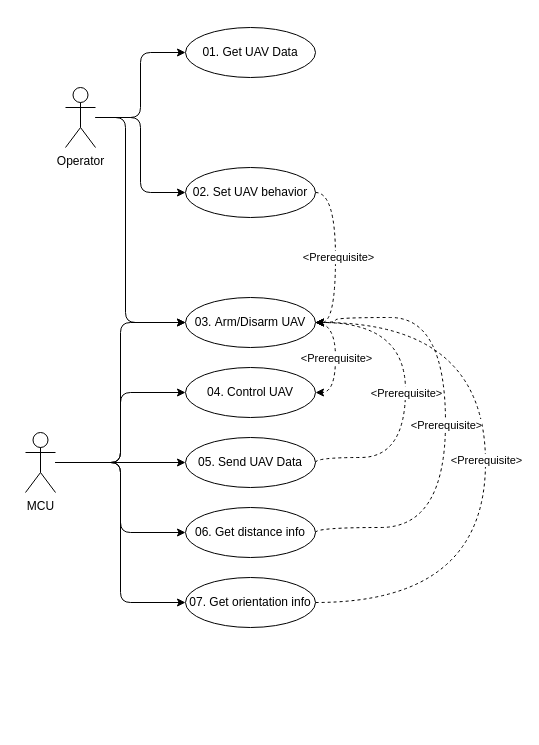
Earlier version of the draw.io diagram umlDiagram/CU1.drawio (JoanICG/Collision_avoidance_module_for_UAV). Source tidied: cells renumbered, new cells numbered last; positions are measured from the earlier drawing's top-left corner, leaving out a move shared by most shapes. Both pictures are drawn from the tidied source at 100%, with x=0, y=0 at pixel (25, 27).
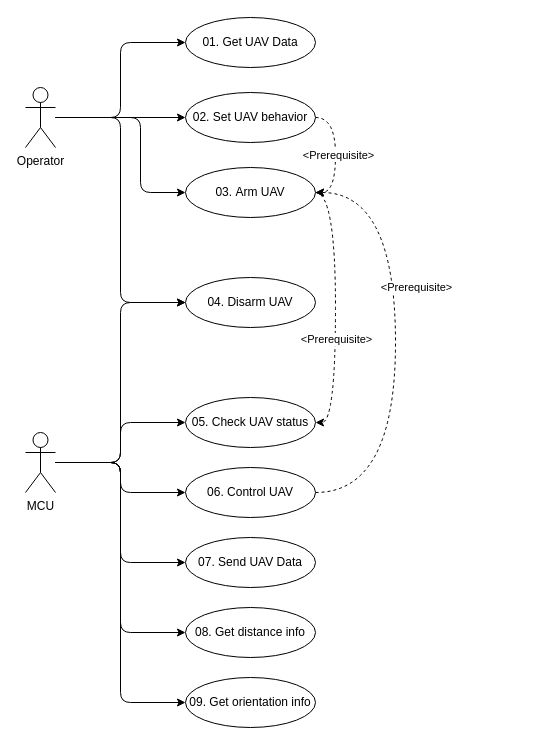
Above is the later version.

The change refers to these unchanged cells:
```xml
<mxCell id="11" value="MCU" style="shape=umlActor;verticalLabelPosition=bottom;verticalAlign=top;html=1;outlineConnect=0;" parent="1" vertex="1">
  <mxGeometry y="405" width="30" height="60" as="geometry" />
</mxCell>
```

Change to the diagram source:
```diff
@@
     <mxCell id="4" style="edgeStyle=orthogonalEdgeStyle;rounded=1;jettySize=auto;html=1;entryX=0;entryY=0.5;entryDx=0;entryDy=0;curved=0;" parent="1" edge="1" source="5" target="14">
       <mxGeometry relative="1" as="geometry">
         <Array as="points">
-          <mxPoint x="100" y="90" />
-          <mxPoint x="100" y="295" />
+          <mxPoint x="115" y="90" />
+          <mxPoint x="115" y="165" />
         </Array>
       </mxGeometry>
     </mxCell>
+    <mxCell id="29" style="edgeStyle=orthogonalEdgeStyle;rounded=1;jettySize=auto;html=1;entryX=0;entryY=0.5;entryDx=0;entryDy=0;curved=0;" parent="1" edge="1" source="5" target="36">
+      <mxGeometry relative="1" as="geometry" />
+    </mxCell>
     <mxCell id="5" value="Operator&lt;div&gt;&lt;br&gt;&lt;/div&gt;" style="shape=umlActor;verticalLabelPosition=bottom;verticalAlign=top;html=1;outlineConnect=0;" parent="1" vertex="1">
-      <mxGeometry x="40" y="60" width="30" height="60" as="geometry" />
+      <mxGeometry y="60" width="30" height="60" as="geometry" />
     </mxCell>
-    <mxCell id="6" style="edgeStyle=orthogonalEdgeStyle;rounded=1;jettySize=auto;html=1;entryX=0;entryY=0.5;entryDx=0;entryDy=0;curved=0;" parent="1" edge="1" source="11" target="14">
-      <mxGeometry relative="1" as="geometry" />
-    </mxCell>
@@
+    <mxCell id="30" style="edgeStyle=orthogonalEdgeStyle;rounded=1;jettySize=auto;html=1;entryX=0;entryY=0.5;entryDx=0;entryDy=0;curved=0;" parent="1" edge="1" source="11" target="36">
+      <mxGeometry relative="1" as="geometry" />
+    </mxCell>
+    <mxCell id="31" style="edgeStyle=orthogonalEdgeStyle;rounded=1;jettySize=auto;html=1;entryX=0;entryY=0.5;entryDx=0;entryDy=0;curved=0;" parent="1" edge="1" source="11" target="37">
+      <mxGeometry relative="1" as="geometry" />
+    </mxCell>
@@
-    <mxCell id="12" style="edgeStyle=orthogonalEdgeStyle;rounded=0;jettySize=auto;html=1;entryX=1;entryY=0.5;entryDx=0;entryDy=0;curved=1;dashed=1;" parent="1" edge="1" source="14" target="15">
-      <mxGeometry relative="1" as="geometry">
-        <Array as="points">
-          <mxPoint x="310" y="295" />
-          <mxPoint x="310" y="365" />
-        </Array>
-      </mxGeometry>
-    </mxCell>
-    <mxCell id="13" value="&amp;lt;Prerequisite&amp;gt;" style="edgeLabel;html=1;align=center;verticalAlign=middle;" parent="12" vertex="1">
-      <mxGeometry x="0.21" relative="1" as="geometry">
-        <mxPoint y="-12" as="offset" />
-      </mxGeometry>
-    </mxCell>
+    <mxCell id="32" style="edgeStyle=orthogonalEdgeStyle;rounded=0;jettySize=auto;html=1;entryX=1;entryY=0.5;entryDx=0;entryDy=0;curved=1;dashed=1;" parent="1" edge="1" source="14" target="37">
+      <mxGeometry relative="1" as="geometry">
+        <Array as="points">
+          <mxPoint x="310" y="165" />
+          <mxPoint x="310" y="395" />
+        </Array>
+      </mxGeometry>
+    </mxCell>
+    <mxCell id="33" value="&amp;lt;Prerequisite&amp;gt;" style="edgeLabel;html=1;align=center;verticalAlign=middle;" parent="32" vertex="1">
+      <mxGeometry x="0.02" relative="1" as="geometry">
+        <mxPoint y="28" as="offset" />
+      </mxGeometry>
+    </mxCell>
-    <mxCell id="14" value="03.&amp;nbsp;Arm/Disarm UAV" style="ellipse;whiteSpace=wrap;html=1;" parent="1" vertex="1">
-      <mxGeometry x="160" y="270" width="130" height="50" as="geometry" />
+    <mxCell id="14" value="03.&amp;nbsp;Arm UAV" style="ellipse;whiteSpace=wrap;html=1;" parent="1" vertex="1">
+      <mxGeometry x="160" y="140" width="130" height="50" as="geometry" />
     </mxCell>
+    <mxCell id="34" style="edgeStyle=orthogonalEdgeStyle;rounded=0;jettySize=auto;html=1;entryX=1;entryY=0.5;entryDx=0;entryDy=0;curved=1;dashed=1;exitX=1;exitY=0.5;exitDx=0;exitDy=0;" parent="1" edge="1" source="15" target="14">
+      <mxGeometry relative="1" as="geometry">
+        <Array as="points">
+          <mxPoint x="370" y="465" />
+          <mxPoint x="370" y="165" />
+        </Array>
+      </mxGeometry>
+    </mxCell>
+    <mxCell id="35" value="&amp;lt;Prerequisite&amp;gt;" style="edgeLabel;html=1;align=center;verticalAlign=middle;" parent="34" vertex="1">
+      <mxGeometry x="0.03" relative="1" as="geometry">
+        <mxPoint x="20" y="-49" as="offset" />
+      </mxGeometry>
+    </mxCell>
-    <mxCell id="15" value="04.&amp;nbsp;Control UAV" style="ellipse;whiteSpace=wrap;html=1;" parent="1" vertex="1">
-      <mxGeometry x="160" y="340" width="130" height="50" as="geometry" />
+    <mxCell id="15" value="06.&amp;nbsp;Control UAV" style="ellipse;whiteSpace=wrap;html=1;" parent="1" vertex="1">
+      <mxGeometry x="160" y="440" width="130" height="50" as="geometry" />
     </mxCell>
     <mxCell id="16" value="01. Get UAV Data" style="ellipse;whiteSpace=wrap;html=1;" parent="1" vertex="1">
-      <mxGeometry x="160" width="130" height="50" as="geometry" />
+      <mxGeometry x="160" y="-10" width="130" height="50" as="geometry" />
     </mxCell>
@@
     <mxCell id="19" value="02.&amp;nbsp;Set UAV behavior" style="ellipse;whiteSpace=wrap;html=1;" parent="1" vertex="1">
-      <mxGeometry x="160" y="140" width="130" height="50" as="geometry" />
+      <mxGeometry x="160" y="65" width="130" height="50" as="geometry" />
     </mxCell>
-    <mxCell id="20" value="05.&amp;nbsp;Send UAV Data" style="ellipse;whiteSpace=wrap;html=1;" parent="1" vertex="1">
-      <mxGeometry x="160" y="410" width="130" height="50" as="geometry" />
+    <mxCell id="20" value="07.&amp;nbsp;Send UAV Data" style="ellipse;whiteSpace=wrap;html=1;" parent="1" vertex="1">
+      <mxGeometry x="160" y="510" width="130" height="50" as="geometry" />
     </mxCell>
-    <mxCell id="21" value="06.&amp;nbsp;Get distance info" style="ellipse;whiteSpace=wrap;html=1;" parent="1" vertex="1">
-      <mxGeometry x="160" y="480" width="130" height="50" as="geometry" />
+    <mxCell id="21" value="08.&amp;nbsp;Get distance info" style="ellipse;whiteSpace=wrap;html=1;" parent="1" vertex="1">
+      <mxGeometry x="160" y="580" width="130" height="50" as="geometry" />
     </mxCell>
-    <mxCell id="22" style="edgeStyle=orthogonalEdgeStyle;rounded=0;jettySize=auto;html=1;entryX=1;entryY=0.5;entryDx=0;entryDy=0;curved=1;dashed=1;" parent="1" edge="1" source="24" target="14">
-      <mxGeometry relative="1" as="geometry">
-        <Array as="points">
-          <mxPoint x="460" y="575" />
-          <mxPoint x="460" y="295" />
-        </Array>
-      </mxGeometry>
-    </mxCell>
-    <mxCell id="23" value="&amp;lt;Prerequisite&amp;gt;" style="edgeLabel;html=1;align=center;verticalAlign=middle;" parent="22" vertex="1">
-      <mxGeometry x="0.01" relative="1" as="geometry" />
-    </mxCell>
-    <mxCell id="24" value="07.&amp;nbsp;Get orientation info" style="ellipse;whiteSpace=wrap;html=1;" parent="1" vertex="1">
-      <mxGeometry x="160" y="550" width="130" height="50" as="geometry" />
+    <mxCell id="24" value="09.&amp;nbsp;Get orientation info" style="ellipse;whiteSpace=wrap;html=1;" parent="1" vertex="1">
+      <mxGeometry x="160" y="650" width="130" height="50" as="geometry" />
     </mxCell>
-    <mxCell id="25" style="edgeStyle=orthogonalEdgeStyle;rounded=0;jettySize=auto;html=1;entryX=1;entryY=0.5;entryDx=0;entryDy=0;curved=1;dashed=1;exitX=1;exitY=0.5;exitDx=0;exitDy=0;" parent="1" edge="1" source="20" target="14">
-      <mxGeometry relative="1" as="geometry">
-        <Array as="points">
-          <mxPoint x="290" y="430" />
-          <mxPoint x="380" y="430" />
-          <mxPoint x="380" y="295" />
-        </Array>
-      </mxGeometry>
-    </mxCell>
-    <mxCell id="26" value="&amp;lt;Prerequisite&amp;gt;" style="edgeLabel;html=1;align=center;verticalAlign=middle;" parent="25" vertex="1">
-      <mxGeometry x="0.21" relative="1" as="geometry">
-        <mxPoint y="34" as="offset" />
-      </mxGeometry>
-    </mxCell>
-    <mxCell id="27" style="edgeStyle=orthogonalEdgeStyle;rounded=0;jettySize=auto;html=1;curved=1;dashed=1;exitX=1;exitY=0.5;exitDx=0;exitDy=0;entryX=1;entryY=0.5;entryDx=0;entryDy=0;" parent="1" edge="1" source="21" target="14">
-      <mxGeometry relative="1" as="geometry">
-        <Array as="points">
-          <mxPoint x="290" y="500" />
-          <mxPoint x="420" y="500" />
-          <mxPoint x="420" y="290" />
-          <mxPoint x="310" y="290" />
-          <mxPoint x="310" y="295" />
-        </Array>
-      </mxGeometry>
-    </mxCell>
-    <mxCell id="28" value="&amp;lt;Prerequisite&amp;gt;" style="edgeLabel;html=1;align=center;verticalAlign=middle;" parent="27" vertex="1">
-      <mxGeometry x="0.21" relative="1" as="geometry">
-        <mxPoint y="52" as="offset" />
-      </mxGeometry>
-    </mxCell>
+    <mxCell id="36" value="04. Disarm UAV" style="ellipse;whiteSpace=wrap;html=1;" parent="1" vertex="1">
+      <mxGeometry x="160" y="250" width="130" height="50" as="geometry" />
+    </mxCell>
+    <mxCell id="37" value="05. Check UAV status" style="ellipse;whiteSpace=wrap;html=1;" parent="1" vertex="1">
+      <mxGeometry x="160" y="370" width="130" height="50" as="geometry" />
+    </mxCell>
```
